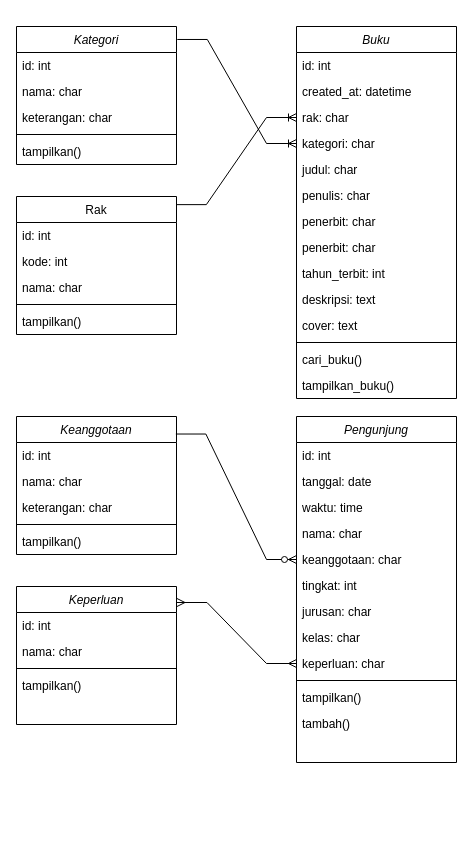
This is Class-Diagram-Perpus-Digital.drawio from sastafelishaa/tefa-perpusdigital, a draw.io file, before an edit. Source tidied: cells renumbered, new cells numbered last; positions are measured from the earlier drawing's top-left corner, leaving out a move shared by most shapes. Both pictures are drawn from the tidied source at 100%, with x=0, y=0 at pixel (16, -24).
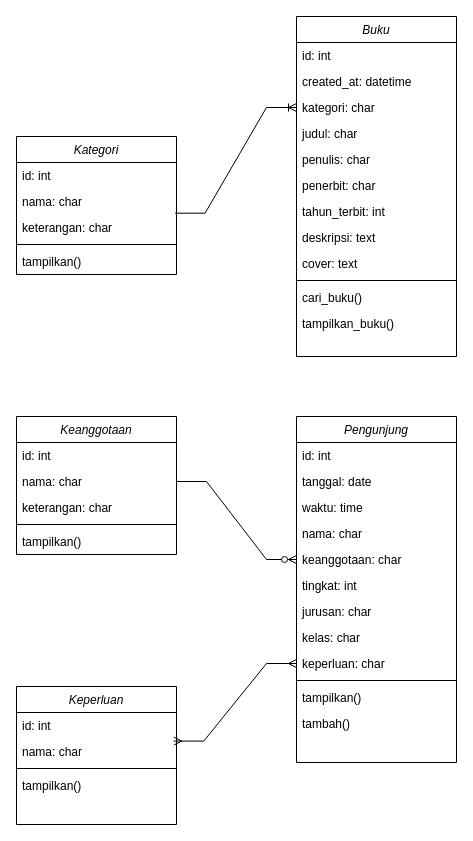
The same diagram, later.

The change refers to these unchanged cells:
```xml
<mxCell id="4" value="nama: char" style="text;align=left;verticalAlign=top;spacingLeft=4;spacingRight=4;overflow=hidden;points=[[0,0.5],[1,0.5]];portConstraint=eastwest;rounded=0;shadow=0;html=0;" parent="2" vertex="1">
  <mxGeometry y="52" width="160" height="26" as="geometry" />
</mxCell>
<mxCell id="29" value="Keanggotaan" style="swimlane;fontStyle=2;align=center;verticalAlign=top;horizontal=1;startSize=26;rounded=0;shadow=0;strokeWidth=1;" parent="1" vertex="1">
  <mxGeometry y="440" width="160" height="138" as="geometry" />
</mxCell>
<mxCell id="31" value="nama: char" style="text;align=left;verticalAlign=top;spacingLeft=4;spacingRight=4;overflow=hidden;points=[[0,0.5],[1,0.5]];portConstraint=eastwest;rounded=0;shadow=0;html=0;" parent="29" vertex="1">
  <mxGeometry y="52" width="160" height="26" as="geometry" />
</mxCell>
<mxCell id="37" value="nama: char" style="text;align=left;verticalAlign=top;spacingLeft=4;spacingRight=4;overflow=hidden;points=[[0,0.5],[1,0.5]];portConstraint=eastwest;rounded=0;shadow=0;html=0;" parent="35" vertex="1">
  <mxGeometry y="52" width="160" height="26" as="geometry" />
</mxCell>
<mxCell id="45" value="keanggotaan: char" style="text;align=left;verticalAlign=top;spacingLeft=4;spacingRight=4;overflow=hidden;points=[[0,0.5],[1,0.5]];portConstraint=eastwest;rounded=0;shadow=0;html=0;" parent="40" vertex="1">
  <mxGeometry y="130" width="160" height="26" as="geometry" />
</mxCell>
<mxCell id="49" value="keperluan: char" style="text;align=left;verticalAlign=top;spacingLeft=4;spacingRight=4;overflow=hidden;points=[[0,0.5],[1,0.5]];portConstraint=eastwest;" parent="40" vertex="1">
  <mxGeometry y="234" width="160" height="26" as="geometry" />
</mxCell>
```

The edit, as a diff of the source:
```diff
@@
     <mxCell id="2" value="Kategori" style="swimlane;fontStyle=2;align=center;verticalAlign=top;horizontal=1;startSize=26;rounded=0;shadow=0;strokeWidth=1;" parent="1" vertex="1">
-      <mxGeometry y="50" width="160" height="138" as="geometry" />
+      <mxGeometry y="160" width="160" height="138" as="geometry" />
     </mxCell>
@@
-    <mxCell id="8" value="Rak" style="swimlane;fontStyle=0;align=center;verticalAlign=top;horizontal=1;startSize=26;rounded=0;shadow=0;strokeWidth=1;" parent="1" vertex="1">
-      <mxGeometry y="220" width="160" height="138" as="geometry" />
-    </mxCell>
-    <mxCell id="9" value="id: int" style="text;align=left;verticalAlign=top;spacingLeft=4;spacingRight=4;overflow=hidden;" parent="8" vertex="1">
-      <mxGeometry y="26" width="160" height="26" as="geometry" />
-    </mxCell>
-    <mxCell id="10" value="kode: int" style="text;align=left;verticalAlign=top;spacingLeft=4;spacingRight=4;overflow=hidden;rounded=0;shadow=0;html=0;" parent="8" vertex="1">
-      <mxGeometry y="52" width="160" height="26" as="geometry" />
-    </mxCell>
-    <mxCell id="11" value="nama: char" style="text;align=left;verticalAlign=top;spacingLeft=4;spacingRight=4;overflow=hidden;fontStyle=0;" parent="8" vertex="1">
-      <mxGeometry y="78" width="160" height="26" as="geometry" />
-    </mxCell>
-    <mxCell id="12" style="line;html=1;strokeWidth=1;align=left;verticalAlign=middle;spacingTop=-1;spacingLeft=3;spacingRight=3;labelPosition=right;" parent="8" vertex="1">
-      <mxGeometry y="104" width="160" height="8" as="geometry" />
-    </mxCell>
-    <mxCell id="13" value="tampilkan()" style="text;align=left;verticalAlign=top;spacingLeft=4;spacingRight=4;overflow=hidden;" parent="8" vertex="1">
-      <mxGeometry y="112" width="160" height="26" as="geometry" />
-    </mxCell>
     <mxCell id="14" value="Buku" style="swimlane;fontStyle=2;align=center;verticalAlign=top;horizontal=1;startSize=26;rounded=0;shadow=0;strokeWidth=1;" parent="1" vertex="1">
-      <mxGeometry x="280" y="50" width="160" height="372" as="geometry" />
+      <mxGeometry x="280" y="40" width="160" height="340" as="geometry" />
     </mxCell>
@@
-    <mxCell id="17" value="rak: char" style="text;align=left;verticalAlign=top;spacingLeft=4;spacingRight=4;overflow=hidden;points=[[0,0.5],[1,0.5]];portConstraint=eastwest;rounded=0;shadow=0;html=0;" parent="14" vertex="1">
-      <mxGeometry y="78" width="160" height="26" as="geometry" />
-    </mxCell>
     <mxCell id="18" value="kategori: char" style="text;align=left;verticalAlign=top;spacingLeft=4;spacingRight=4;overflow=hidden;points=[[0,0.5],[1,0.5]];portConstraint=eastwest;rounded=0;shadow=0;html=0;" parent="14" vertex="1">
-      <mxGeometry y="104" width="160" height="26" as="geometry" />
+      <mxGeometry y="78" width="160" height="26" as="geometry" />
     </mxCell>
     <mxCell id="19" value="judul: char&#10;" style="text;align=left;verticalAlign=top;spacingLeft=4;spacingRight=4;overflow=hidden;rounded=0;shadow=0;html=0;" parent="14" vertex="1">
-      <mxGeometry y="130" width="160" height="26" as="geometry" />
+      <mxGeometry y="104" width="160" height="26" as="geometry" />
     </mxCell>
     <mxCell id="20" value="penulis: char" style="text;align=left;verticalAlign=top;spacingLeft=4;spacingRight=4;overflow=hidden;" parent="14" vertex="1">
-      <mxGeometry y="156" width="160" height="26" as="geometry" />
+      <mxGeometry y="130" width="160" height="26" as="geometry" />
     </mxCell>
-    <mxCell id="21" value="penerbit: char" style="text;align=left;verticalAlign=top;spacingLeft=4;spacingRight=4;overflow=hidden;" parent="14" vertex="1">
-      <mxGeometry y="182" width="160" height="26" as="geometry" />
-    </mxCell>
     <mxCell id="22" value="penerbit: char" style="text;align=left;verticalAlign=top;spacingLeft=4;spacingRight=4;overflow=hidden;" parent="14" vertex="1">
-      <mxGeometry y="208" width="160" height="26" as="geometry" />
+      <mxGeometry y="156" width="160" height="26" as="geometry" />
     </mxCell>
     <mxCell id="23" value="tahun_terbit: int" style="text;align=left;verticalAlign=top;spacingLeft=4;spacingRight=4;overflow=hidden;" parent="14" vertex="1">
-      <mxGeometry y="234" width="160" height="26" as="geometry" />
+      <mxGeometry y="182" width="160" height="26" as="geometry" />
     </mxCell>
     <mxCell id="24" value="deskripsi: text" style="text;align=left;verticalAlign=top;spacingLeft=4;spacingRight=4;overflow=hidden;" parent="14" vertex="1">
-      <mxGeometry y="260" width="160" height="26" as="geometry" />
+      <mxGeometry y="208" width="160" height="26" as="geometry" />
     </mxCell>
     <mxCell id="25" value="cover: text" style="text;align=left;verticalAlign=top;spacingLeft=4;spacingRight=4;overflow=hidden;" parent="14" vertex="1">
-      <mxGeometry y="286" width="160" height="26" as="geometry" />
+      <mxGeometry y="234" width="160" height="26" as="geometry" />
     </mxCell>
     <mxCell id="26" style="line;html=1;strokeWidth=1;align=left;verticalAlign=middle;spacingTop=-1;spacingLeft=3;spacingRight=3;labelPosition=right;" parent="14" vertex="1">
-      <mxGeometry y="312" width="160" height="8" as="geometry" />
+      <mxGeometry y="260" width="160" height="8" as="geometry" />
     </mxCell>
     <mxCell id="27" value="cari_buku()" style="text;align=left;verticalAlign=top;spacingLeft=4;spacingRight=4;overflow=hidden;" parent="14" vertex="1">
-      <mxGeometry y="320" width="160" height="26" as="geometry" />
+      <mxGeometry y="268" width="160" height="26" as="geometry" />
     </mxCell>
     <mxCell id="28" value="tampilkan_buku()" style="text;align=left;verticalAlign=top;spacingLeft=4;spacingRight=4;overflow=hidden;" parent="14" vertex="1">
-      <mxGeometry y="346" width="160" height="26" as="geometry" />
+      <mxGeometry y="294" width="160" height="26" as="geometry" />
     </mxCell>
@@
     <mxCell id="35" value="Keperluan" style="swimlane;fontStyle=2;align=center;verticalAlign=top;horizontal=1;startSize=26;rounded=0;shadow=0;strokeWidth=1;" parent="1" vertex="1">
-      <mxGeometry y="610" width="160" height="138" as="geometry" />
+      <mxGeometry y="710" width="160" height="138" as="geometry" />
     </mxCell>
@@
-    <mxCell id="53" style="edgeStyle=entityRelationEdgeStyle;fontSize=12;html=1;endArrow=ERoneToMany;rounded=0;entryX=0;entryY=0.5;entryDx=0;entryDy=0;exitX=1.005;exitY=0.094;exitDx=0;exitDy=0;exitPerimeter=0;" parent="1" edge="1" source="2" target="18">
+    <mxCell id="53" style="edgeStyle=entityRelationEdgeStyle;fontSize=12;html=1;endArrow=ERoneToMany;rounded=0;entryX=0;entryY=0.5;entryDx=0;entryDy=0;exitX=0.991;exitY=0.95;exitDx=0;exitDy=0;exitPerimeter=0;" parent="1" edge="1" source="4" target="18">
       <mxGeometry relative="1" as="geometry">
         <Array as="points">
           <mxPoint x="250" />
         </Array>
       </mxGeometry>
     </mxCell>
-    <mxCell id="54" style="edgeStyle=entityRelationEdgeStyle;fontSize=12;html=1;endArrow=ERoneToMany;rounded=0;exitX=0.999;exitY=0.059;exitDx=0;exitDy=0;exitPerimeter=0;entryX=0;entryY=0.5;entryDx=0;entryDy=0;" parent="1" edge="1" source="8" target="17">
-      <mxGeometry relative="1" as="geometry" />
-    </mxCell>
-    <mxCell id="55" style="edgeStyle=entityRelationEdgeStyle;fontSize=12;html=1;endArrow=ERzeroToMany;endFill=1;rounded=0;exitX=0.996;exitY=0.127;exitDx=0;exitDy=0;exitPerimeter=0;entryX=0;entryY=0.5;entryDx=0;entryDy=0;" parent="1" edge="1" source="29" target="45">
+    <mxCell id="55" style="edgeStyle=entityRelationEdgeStyle;fontSize=12;html=1;endArrow=ERzeroToMany;endFill=1;rounded=0;exitX=1;exitY=0.5;exitDx=0;exitDy=0;entryX=0;entryY=0.5;entryDx=0;entryDy=0;" parent="1" edge="1" source="31" target="45">
       <mxGeometry relative="1" as="geometry" />
     </mxCell>
-    <mxCell id="56" style="edgeStyle=entityRelationEdgeStyle;fontSize=12;html=1;endArrow=ERmany;startArrow=ERmany;rounded=0;exitX=1.003;exitY=0.116;exitDx=0;exitDy=0;exitPerimeter=0;entryX=0;entryY=0.5;entryDx=0;entryDy=0;" parent="1" edge="1" source="35" target="49">
+    <mxCell id="56" style="edgeStyle=entityRelationEdgeStyle;fontSize=12;html=1;endArrow=ERmany;startArrow=ERmany;rounded=0;exitX=0.983;exitY=0.1;exitDx=0;exitDy=0;exitPerimeter=0;entryX=0;entryY=0.5;entryDx=0;entryDy=0;" parent="1" edge="1" source="37" target="49">
       <mxGeometry relative="1" as="geometry" />
     </mxCell>
```
